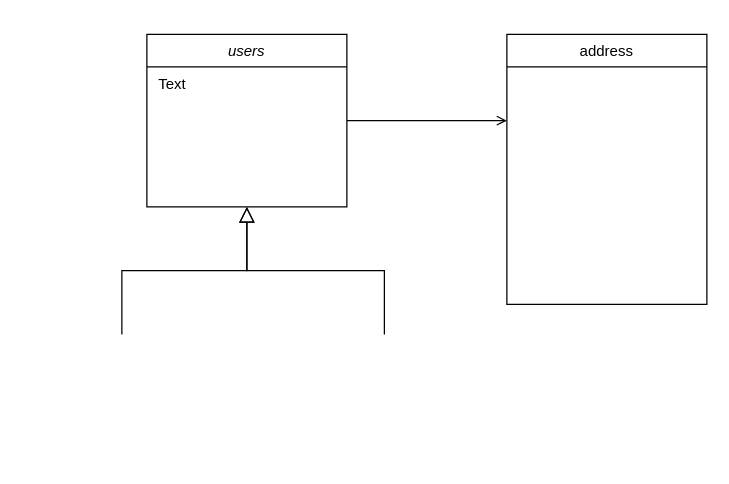
The draw.io diagram Untitled Diagram.drawio in Social-Link/table-schema, before the edit. Source tidied: cells renumbered, new cells numbered last; positions are measured from the earlier drawing's top-left corner, leaving out a move shared by most shapes. Both pictures are drawn from the tidied source at 125%, with x=0, y=0 at pixel (121, 34).
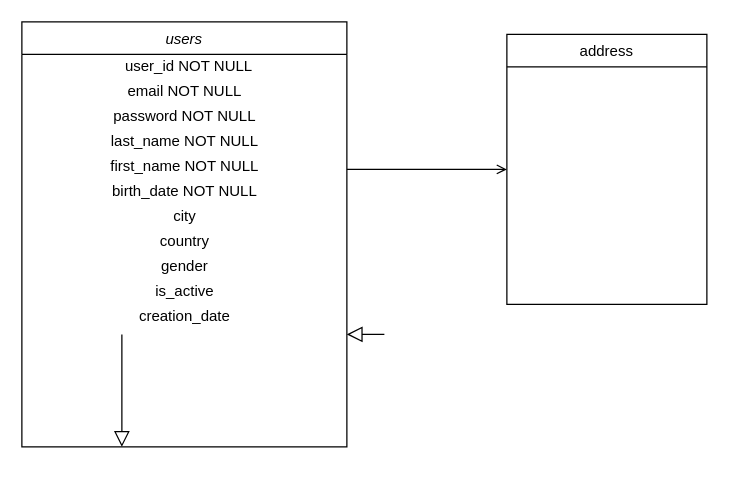
After the change.

What changed in the source:
```diff
@@
 <mxGraphModel>
   <root>
     <mxCell id="0" />
     <mxCell id="1" parent="0" />
     <mxCell id="2" value="users" style="swimlane;fontStyle=2;align=center;verticalAlign=top;horizontal=1;startSize=26;rounded=0;shadow=0;strokeWidth=1;" parent="1" vertex="1">
-      <mxGeometry x="20" width="160" height="138" as="geometry" />
+      <mxGeometry x="-80" y="-10" width="260" height="340" as="geometry" />
     </mxCell>
+    <mxCell id="7" value="&amp;nbsp; user_id NOT NULL" style="text;html=1;align=center;verticalAlign=middle;strokeColor=none;fillColor=none;" parent="2" vertex="1">
+      <mxGeometry y="26" width="260" height="20" as="geometry" />
+    </mxCell>
+    <mxCell id="8" value="email NOT NULL" style="text;html=1;align=center;verticalAlign=middle;strokeColor=none;fillColor=none;" parent="2" vertex="1">
+      <mxGeometry y="46" width="260" height="20" as="geometry" />
+    </mxCell>
+    <mxCell id="9" value="password NOT NULL" style="text;html=1;align=center;verticalAlign=middle;strokeColor=none;fillColor=none;" parent="2" vertex="1">
+      <mxGeometry y="66" width="260" height="20" as="geometry" />
+    </mxCell>
+    <mxCell id="10" value="last_name NOT NULL" style="text;html=1;align=center;verticalAlign=middle;strokeColor=none;fillColor=none;" parent="2" vertex="1">
+      <mxGeometry y="86" width="260" height="20" as="geometry" />
+    </mxCell>
+    <mxCell id="11" value="first_name NOT NULL" style="text;html=1;align=center;verticalAlign=middle;strokeColor=none;fillColor=none;" parent="2" vertex="1">
+      <mxGeometry y="106" width="260" height="20" as="geometry" />
+    </mxCell>
+    <mxCell id="12" value="birth_date NOT NULL" style="text;html=1;align=center;verticalAlign=middle;strokeColor=none;fillColor=none;" parent="2" vertex="1">
+      <mxGeometry y="126" width="260" height="20" as="geometry" />
+    </mxCell>
+    <mxCell id="13" value="city" style="text;html=1;align=center;verticalAlign=middle;strokeColor=none;fillColor=none;" parent="2" vertex="1">
+      <mxGeometry y="146" width="260" height="20" as="geometry" />
+    </mxCell>
+    <mxCell id="14" value="country" style="text;html=1;align=center;verticalAlign=middle;strokeColor=none;fillColor=none;" parent="2" vertex="1">
+      <mxGeometry y="166" width="260" height="20" as="geometry" />
+    </mxCell>
+    <mxCell id="15" value="gender" style="text;html=1;align=center;verticalAlign=middle;strokeColor=none;fillColor=none;" parent="2" vertex="1">
+      <mxGeometry y="186" width="260" height="20" as="geometry" />
+    </mxCell>
+    <mxCell id="16" value="is_active" style="text;html=1;align=center;verticalAlign=middle;strokeColor=none;fillColor=none;" parent="2" vertex="1">
+      <mxGeometry y="206" width="260" height="20" as="geometry" />
+    </mxCell>
+    <mxCell id="17" value="creation_date" style="text;html=1;align=center;verticalAlign=middle;strokeColor=none;fillColor=none;" parent="2" vertex="1">
+      <mxGeometry y="226" width="260" height="20" as="geometry" />
+    </mxCell>
     <mxCell id="3" style="endArrow=block;endSize=10;endFill=0;shadow=0;strokeWidth=1;rounded=0;edgeStyle=elbowEdgeStyle;elbow=vertical;" parent="1" edge="1" target="2">
       <mxGeometry relative="1" as="geometry">
         <mxPoint y="240" as="sourcePoint" />
       </mxGeometry>
     </mxCell>
     <mxCell id="4" style="endArrow=block;endSize=10;endFill=0;shadow=0;strokeWidth=1;rounded=0;edgeStyle=elbowEdgeStyle;elbow=vertical;" parent="1" edge="1" target="2">
       <mxGeometry relative="1" as="geometry">
         <mxPoint x="210" y="240" as="sourcePoint" />
       </mxGeometry>
     </mxCell>
     <mxCell id="5" value="address" style="swimlane;fontStyle=0;align=center;verticalAlign=top;horizontal=1;startSize=26;rounded=0;shadow=0;strokeWidth=1;" parent="1" vertex="1">
       <mxGeometry x="308" width="160" height="216" as="geometry" />
     </mxCell>
     <mxCell id="6" style="endArrow=open;shadow=0;strokeWidth=1;rounded=0;endFill=1;edgeStyle=elbowEdgeStyle;elbow=vertical;" parent="1" edge="1" source="2" target="5">
       <mxGeometry x="0.5" y="41" relative="1" as="geometry">
         <mxPoint x="-40" y="32" as="offset" />
       </mxGeometry>
     </mxCell>
-    <mxCell id="7" value="Text" style="text;html=1;align=center;verticalAlign=middle;strokeColor=none;fillColor=none;" parent="1" vertex="1">
-      <mxGeometry x="20" y="30" width="40" height="20" as="geometry" />
-    </mxCell>
   </root>
 </mxGraphModel>
```
